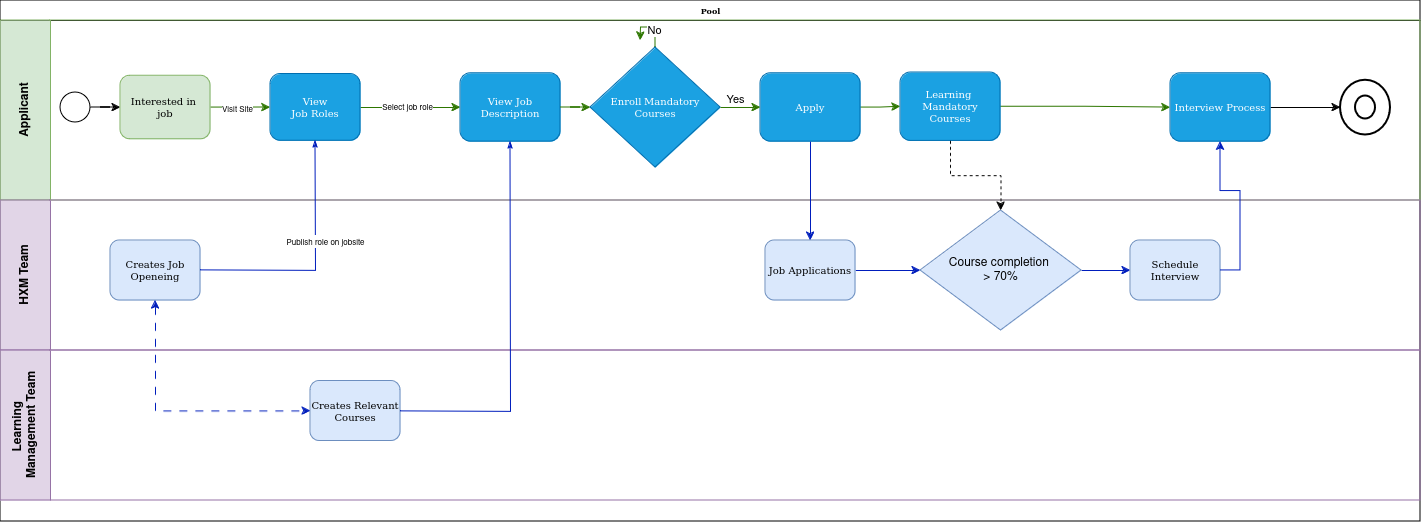
The draw.io diagram BPMN/Untitled Diagram.drawio.png in Meharaj-thoufik/Quality-Candidate-Recruit, before a commit. Source tidied: cells renumbered, new cells last; positions are measured from the earlier drawing's top-left corner, leaving out a move shared by most shapes.
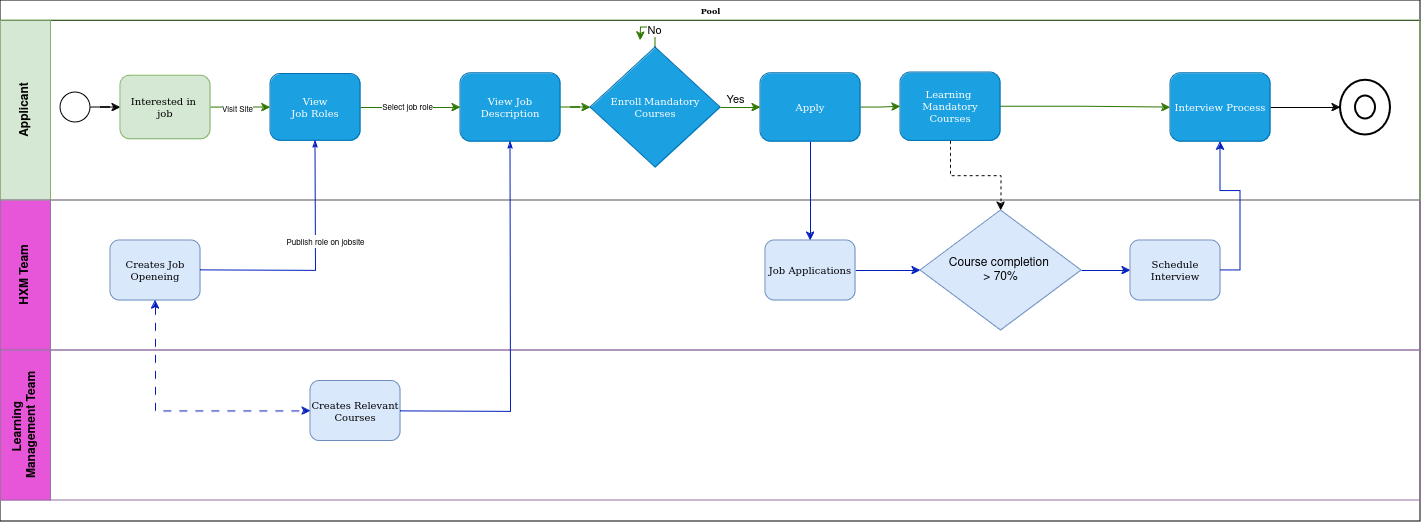
The same file after the commit.

The edit, as a diff of the source:
```diff
@@ -83,7 +83,7 @@
     <mxCell id="26" style="strokeWidth=2;html=1;shape=mxgraph.flowchart.start_2;whiteSpace=wrap;" parent="3" vertex="1">
       <mxGeometry x="1355" y="75.5" width="20" height="23" as="geometry" />
     </mxCell>
-    <mxCell id="27" value="HXM Team" style="swimlane;html=1;startSize=50;horizontal=0;fillColor=#e1d5e7;strokeColor=#9673a6;swimlaneFillColor=none;" parent="2" vertex="1">
+    <mxCell id="27" value="HXM Team" style="swimlane;html=1;startSize=50;horizontal=0;fillColor=#E755D8;strokeColor=#9673a6;swimlaneFillColor=none;" parent="2" vertex="1">
       <mxGeometry y="200" width="1420" height="150" as="geometry" />
     </mxCell>
     <mxCell id="28" value="&lt;font size=&quot;1&quot;&gt;&lt;span&gt;Creates Job Openeing &lt;/span&gt;&lt;/font&gt;" style="rounded=1;whiteSpace=wrap;html=1;shadow=0;labelBackgroundColor=none;strokeWidth=1;fontFamily=Verdana;fontSize=8;align=center;fillColor=#dae8fc;strokeColor=#6c8ebf;" parent="27" vertex="1">
@@ -104,7 +104,7 @@
     <mxCell id="33" value="&lt;font style=&quot;font-size: 10px;&quot;&gt;Schedule Interview &lt;br&gt;&lt;/font&gt;" style="rounded=1;whiteSpace=wrap;html=1;shadow=0;labelBackgroundColor=none;strokeWidth=1;fontFamily=Verdana;fontSize=8;align=center;fillColor=#dae8fc;strokeColor=#6c8ebf;" parent="27" vertex="1">
       <mxGeometry x="1130" y="40" width="90" height="60" as="geometry" />
     </mxCell>
-    <mxCell id="34" value="&lt;div&gt;Learning&amp;nbsp;&lt;/div&gt;&lt;div&gt;Management Team&lt;br&gt;&lt;/div&gt;" style="swimlane;html=1;startSize=50;horizontal=0;fillColor=#e1d5e7;strokeColor=#9673a6;swimlaneFillColor=none;" parent="2" vertex="1">
+    <mxCell id="34" value="&lt;div&gt;Learning&amp;nbsp;&lt;/div&gt;&lt;div&gt;Management Team&lt;br&gt;&lt;/div&gt;" style="swimlane;html=1;startSize=50;horizontal=0;fillColor=#E755D8;strokeColor=#9673a6;swimlaneFillColor=none;" parent="2" vertex="1">
       <mxGeometry y="350" width="1420" height="150" as="geometry" />
     </mxCell>
     <mxCell id="35" value="&lt;div&gt;&lt;font size=&quot;1&quot;&gt;&lt;span&gt;Creates Relevant&lt;/span&gt;&lt;/font&gt;&lt;/div&gt;&lt;div&gt;&lt;font size=&quot;1&quot;&gt;&lt;span&gt;Courses &lt;/span&gt;&lt;/font&gt;&lt;/div&gt;" style="rounded=1;whiteSpace=wrap;html=1;shadow=0;labelBackgroundColor=none;strokeWidth=1;fontFamily=Verdana;fontSize=8;align=center;fillColor=#dae8fc;strokeColor=#6c8ebf;" parent="34" vertex="1">
```
